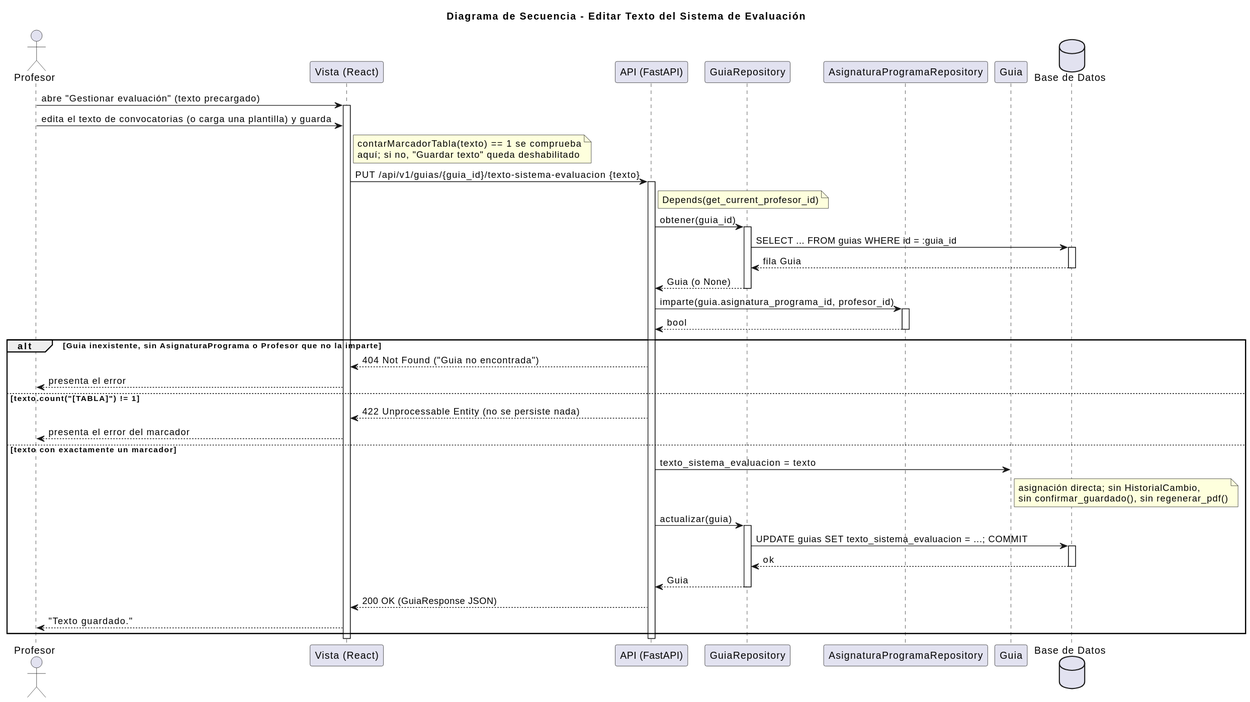
Before: images/RUP/03-diseño/casos-uso/editarTextoSistemaEvaluacion/secuencia.svg, a diagram exported from PlantUML (mmasias/pyCeldaPublico). Its diagram source:
```plantuml
@startuml
title Diagrama de Secuencia - Editar Texto del Sistema de Evaluación

actor "Profesor" as Profesor
participant "Vista (React)" as Vista
participant "API (FastAPI)" as API
participant "GuiaRepository" as GuiaRepo
participant "AsignaturaProgramaRepository" as APRepo
participant "Guia" as Guia
database "Base de Datos" as DB

Profesor -> Vista: abre "Gestionar evaluación" (texto precargado)
activate Vista
Profesor -> Vista: edita el texto de convocatorias (o carga una plantilla) y guarda
note right of Vista: contarMarcadorTabla(texto) == 1 se comprueba\naquí; si no, "Guardar texto" queda deshabilitado
Vista -> API: PUT /api/v1/guias/{guia_id}/texto-sistema-evaluacion {texto}
activate API
note right of API: Depends(get_current_profesor_id)
API -> GuiaRepo: obtener(guia_id)
activate GuiaRepo
GuiaRepo -> DB: SELECT ... FROM guias WHERE id = :guia_id
activate DB
DB --> GuiaRepo: fila Guia
deactivate DB
GuiaRepo --> API: Guia (o None)
deactivate GuiaRepo
API -> APRepo: imparte(guia.asignatura_programa_id, profesor_id)
activate APRepo
APRepo --> API: bool
deactivate APRepo

alt Guia inexistente, sin AsignaturaPrograma o Profesor que no la imparte
    API --> Vista: 404 Not Found ("Guia no encontrada")
    Vista --> Profesor: presenta el error
else texto.count("[TABLA]") != 1
    API --> Vista: 422 Unprocessable Entity (no se persiste nada)
    Vista --> Profesor: presenta el error del marcador
else texto con exactamente un marcador
    API -> Guia: texto_sistema_evaluacion = texto
    note right of Guia: asignación directa; sin HistorialCambio,\nsin confirmar_guardado(), sin regenerar_pdf()
    API -> GuiaRepo: actualizar(guia)
    activate GuiaRepo
    GuiaRepo -> DB: UPDATE guias SET texto_sistema_evaluacion = ...; COMMIT
    activate DB
    DB --> GuiaRepo: ok
    deactivate DB
    GuiaRepo --> API: Guia
    deactivate GuiaRepo
    API --> Vista: 200 OK (GuiaResponse JSON)
    Vista --> Profesor: "Texto guardado."
end
deactivate API
deactivate Vista
@enduml
```
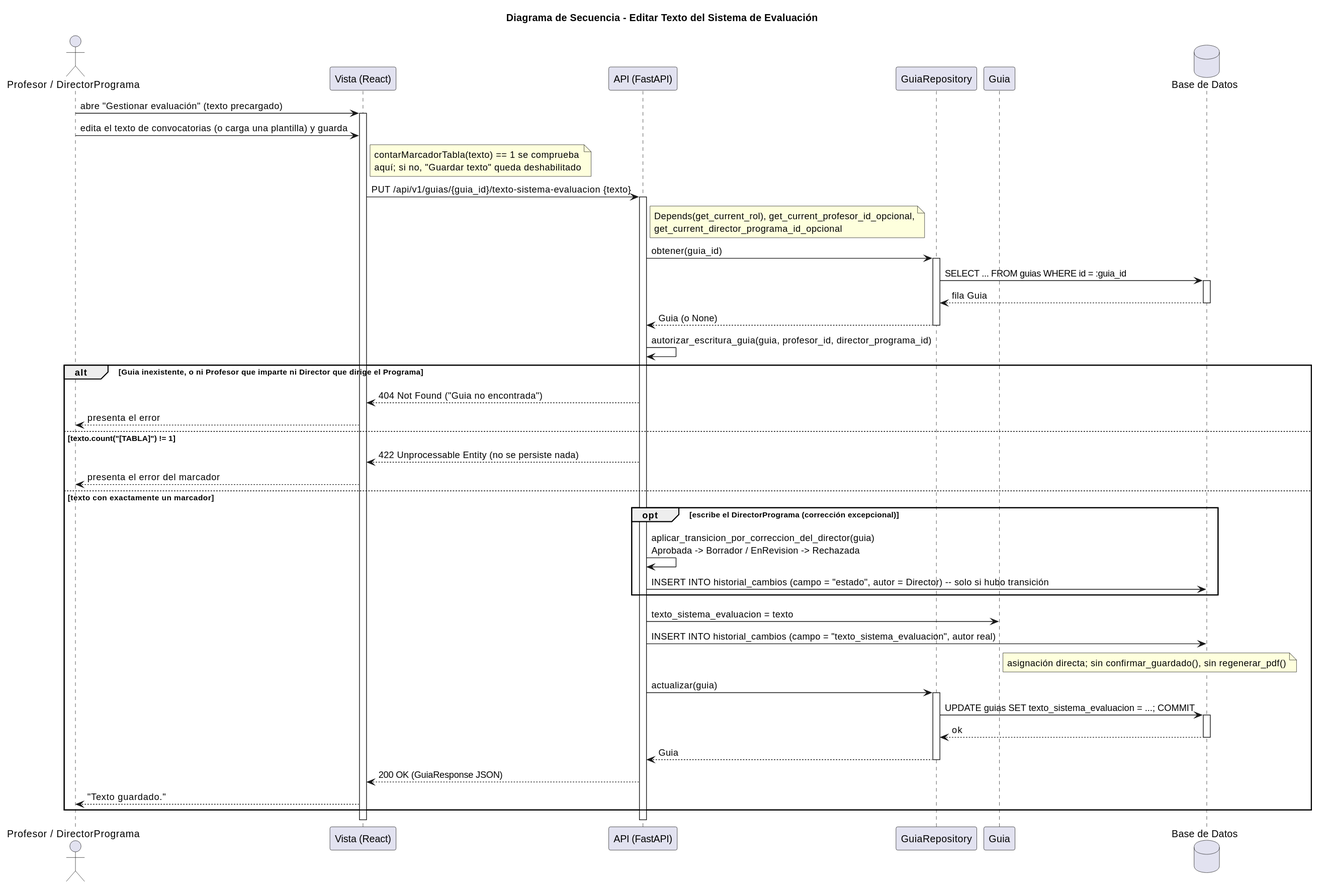
The same file after the commit.

Commit message:
docs: el Director puede guardar el texto de convocatorias (pyCelda v0.11.1, #707/#708/#709)

What changed in the source:
```diff
@@ -1,11 +1,10 @@
 @startuml
 title Diagrama de Secuencia - Editar Texto del Sistema de Evaluación
 
-actor "Profesor" as Profesor
+actor "Profesor / DirectorPrograma" as Profesor
 participant "Vista (React)" as Vista
 participant "API (FastAPI)" as API
 participant "GuiaRepository" as GuiaRepo
-participant "AsignaturaProgramaRepository" as APRepo
 participant "Guia" as Guia
 database "Base de Datos" as DB
 
@@ -15,7 +14,7 @@
 note right of Vista: contarMarcadorTabla(texto) == 1 se comprueba\naquí; si no, "Guardar texto" queda deshabilitado
 Vista -> API: PUT /api/v1/guias/{guia_id}/texto-sistema-evaluacion {texto}
 activate API
-note right of API: Depends(get_current_profesor_id)
+note right of API: Depends(get_current_rol), get_current_profesor_id_opcional,\nget_current_director_programa_id_opcional
 API -> GuiaRepo: obtener(guia_id)
 activate GuiaRepo
 GuiaRepo -> DB: SELECT ... FROM guias WHERE id = :guia_id
@@ -24,20 +23,22 @@
 deactivate DB
 GuiaRepo --> API: Guia (o None)
 deactivate GuiaRepo
-API -> APRepo: imparte(guia.asignatura_programa_id, profesor_id)
-activate APRepo
-APRepo --> API: bool
-deactivate APRepo
+API -> API: autorizar_escritura_guia(guia, profesor_id, director_programa_id)
 
-alt Guia inexistente, sin AsignaturaPrograma o Profesor que no la imparte
+alt Guia inexistente, o ni Profesor que imparte ni Director que dirige el Programa
     API --> Vista: 404 Not Found ("Guia no encontrada")
     Vista --> Profesor: presenta el error
 else texto.count("[TABLA]") != 1
     API --> Vista: 422 Unprocessable Entity (no se persiste nada)
     Vista --> Profesor: presenta el error del marcador
 else texto con exactamente un marcador
+    opt escribe el DirectorPrograma (corrección excepcional)
+        API -> API: aplicar_transicion_por_correccion_del_director(guia)\nAprobada -> Borrador / EnRevision -> Rechazada
+        API -> DB: INSERT INTO historial_cambios (campo = "estado", autor = Director) -- solo si hubo transición
+    end
     API -> Guia: texto_sistema_evaluacion = texto
-    note right of Guia: asignación directa; sin HistorialCambio,\nsin confirmar_guardado(), sin regenerar_pdf()
+    API -> DB: INSERT INTO historial_cambios (campo = "texto_sistema_evaluacion", autor real)
+    note right of Guia: asignación directa; sin confirmar_guardado(), sin regenerar_pdf()
     API -> GuiaRepo: actualizar(guia)
     activate GuiaRepo
     GuiaRepo -> DB: UPDATE guias SET texto_sistema_evaluacion = ...; COMMIT
```
